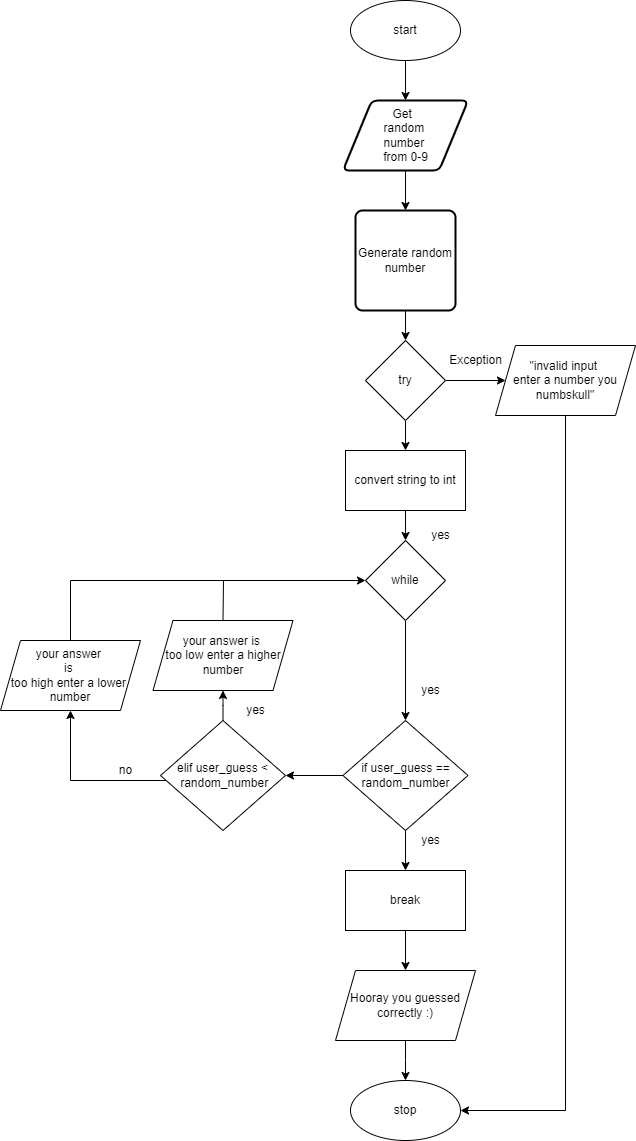
Huzaifa-Khalid-2/ICS3U-Unit4-05-Python keeps this draw.io diagram as flowchart.png. Above is the earlier version. Source tidied: cells renumbered, new cells last; positions are measured from the earlier drawing's top-left corner, leaving out a move shared by most shapes.
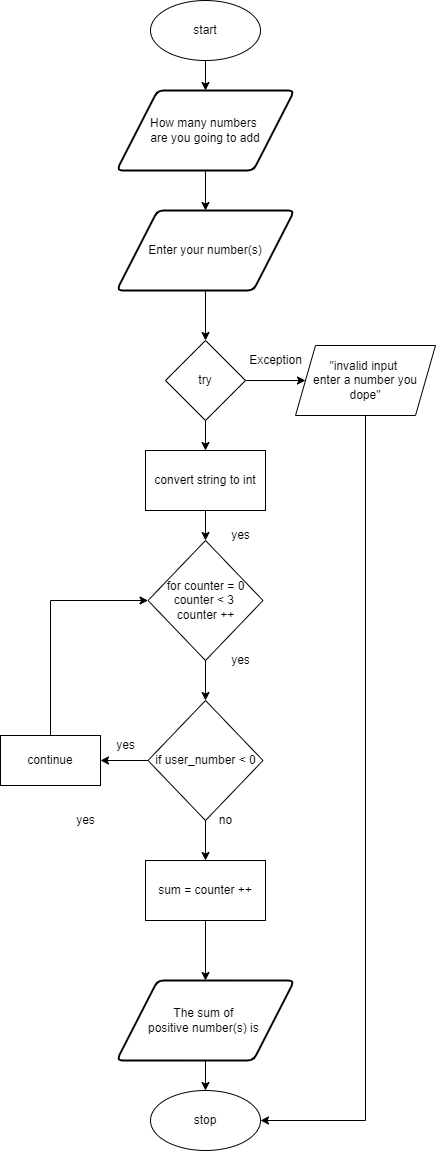
After the commit.

Commit message:
addes_flowchart

Change to the diagram source:
```diff
@@ -13,15 +13,12 @@
         <mxPoint x="405" y="210" as="targetPoint" />
       </mxGeometry>
     </mxCell>
-    <mxCell id="5" value="Get&amp;nbsp; &lt;br&gt;random &lt;br&gt;number &lt;br&gt;from 0-9" style="shape=parallelogram;html=1;strokeWidth=2;perimeter=parallelogramPerimeter;whiteSpace=wrap;rounded=1;arcSize=12;size=0.23;" parent="1" vertex="1">
-      <mxGeometry x="342.5" y="100" width="125" height="70" as="geometry" />
+    <mxCell id="5" value="How many numbers &lt;br&gt;are you going to add" style="shape=parallelogram;html=1;strokeWidth=2;perimeter=parallelogramPerimeter;whiteSpace=wrap;rounded=1;arcSize=12;size=0.23;" parent="1" vertex="1">
+      <mxGeometry x="316.2" y="90" width="177.5" height="80" as="geometry" />
     </mxCell>
-    <mxCell id="6" style="edgeStyle=none;html=1;" parent="1" edge="1" source="7" target="10">
+    <mxCell id="6" style="edgeStyle=none;html=1;exitX=0.5;exitY=1;exitDx=0;exitDy=0;" parent="1" edge="1" source="39" target="10">
       <mxGeometry relative="1" as="geometry" />
     </mxCell>
-    <mxCell id="7" value="Generate random number" style="rounded=1;whiteSpace=wrap;html=1;absoluteArcSize=1;arcSize=14;strokeWidth=2;" parent="1" vertex="1">
-      <mxGeometry x="355" y="210" width="100" height="100" as="geometry" />
-    </mxCell>
     <mxCell id="8" style="edgeStyle=none;html=1;entryX=0;entryY=0.5;entryDx=0;entryDy=0;" parent="1" edge="1" source="10" target="13">
       <mxGeometry relative="1" as="geometry" />
     </mxCell>
@@ -42,104 +39,82 @@
         </Array>
       </mxGeometry>
     </mxCell>
-    <mxCell id="13" value="&quot;invalid input &lt;br&gt;enter a number you numbskull&quot;" style="shape=parallelogram;perimeter=parallelogramPerimeter;whiteSpace=wrap;html=1;fixedSize=1;" parent="1" vertex="1">
+    <mxCell id="13" value="&quot;invalid input &lt;br&gt;enter a number you dope&quot;" style="shape=parallelogram;perimeter=parallelogramPerimeter;whiteSpace=wrap;html=1;fixedSize=1;" parent="1" vertex="1">
       <mxGeometry x="495" y="345" width="140" height="70" as="geometry" />
     </mxCell>
     <mxCell id="14" value="yes" style="text;html=1;align=center;verticalAlign=middle;strokeColor=none;fillColor=none;" parent="1" vertex="1">
       <mxGeometry x="425" y="525" width="30" height="20" as="geometry" />
     </mxCell>
-    <mxCell id="15" style="edgeStyle=none;html=1;entryX=0.5;entryY=0;entryDx=0;entryDy=0;" parent="1" edge="1" source="16" target="18">
-      <mxGeometry relative="1" as="geometry" />
+    <mxCell id="15" style="edgeStyle=none;html=1;entryX=0.5;entryY=0;entryDx=0;entryDy=0;" parent="1" edge="1" source="16">
+      <mxGeometry relative="1" as="geometry">
+        <mxPoint x="405" y="540" as="targetPoint" />
+      </mxGeometry>
     </mxCell>
     <mxCell id="16" value="convert string to int" style="rounded=0;whiteSpace=wrap;html=1;" parent="1" vertex="1">
       <mxGeometry x="345" y="450" width="120" height="60" as="geometry" />
     </mxCell>
-    <mxCell id="17" style="edgeStyle=none;html=1;" parent="1" edge="1" source="18">
-      <mxGeometry relative="1" as="geometry">
-        <mxPoint x="405" y="720" as="targetPoint" />
-      </mxGeometry>
-    </mxCell>
-    <mxCell id="18" value="while" style="rhombus;whiteSpace=wrap;html=1;" parent="1" vertex="1">
-      <mxGeometry x="365" y="540" width="80" height="80" as="geometry" />
-    </mxCell>
-    <mxCell id="19" value="yes" style="text;html=1;align=center;verticalAlign=middle;strokeColor=none;fillColor=none;" parent="1" vertex="1">
-      <mxGeometry x="415" y="680" width="30" height="20" as="geometry" />
-    </mxCell>
-    <mxCell id="20" style="edgeStyle=none;html=1;" parent="1" edge="1" source="22">
-      <mxGeometry relative="1" as="geometry">
-        <mxPoint x="405" y="870" as="targetPoint" />
-      </mxGeometry>
-    </mxCell>
-    <mxCell id="21" style="edgeStyle=none;html=1;entryX=1;entryY=0.5;entryDx=0;entryDy=0;" parent="1" edge="1" source="22" target="31">
-      <mxGeometry relative="1" as="geometry" />
-    </mxCell>
-    <mxCell id="22" value="if user_guess == random_number" style="rhombus;whiteSpace=wrap;html=1;" parent="1" vertex="1">
-      <mxGeometry x="342.5" y="720" width="125" height="110" as="geometry" />
-    </mxCell>
-    <mxCell id="23" value="yes" style="text;html=1;align=center;verticalAlign=middle;strokeColor=none;fillColor=none;" parent="1" vertex="1">
-      <mxGeometry x="415" y="830" width="30" height="20" as="geometry" />
-    </mxCell>
-    <mxCell id="24" style="edgeStyle=none;html=1;" parent="1" edge="1" source="25">
-      <mxGeometry relative="1" as="geometry">
-        <mxPoint x="405" y="970" as="targetPoint" />
-      </mxGeometry>
-    </mxCell>
-    <mxCell id="25" value="break" style="rounded=0;whiteSpace=wrap;html=1;" parent="1" vertex="1">
-      <mxGeometry x="345" y="870" width="120" height="60" as="geometry" />
-    </mxCell>
-    <mxCell id="26" style="edgeStyle=elbowEdgeStyle;rounded=0;elbow=vertical;html=1;entryX=0.5;entryY=0;entryDx=0;entryDy=0;" parent="1" edge="1" source="27" target="38">
-      <mxGeometry relative="1" as="geometry" />
-    </mxCell>
-    <mxCell id="27" value="Hooray you guessed correctly :)" style="shape=parallelogram;perimeter=parallelogramPerimeter;whiteSpace=wrap;html=1;fixedSize=1;" parent="1" vertex="1">
-      <mxGeometry x="335" y="970" width="140" height="70" as="geometry" />
-    </mxCell>
-    <mxCell id="28" style="edgeStyle=none;html=1;startArrow=none;" parent="1" edge="1" source="35">
-      <mxGeometry relative="1" as="geometry">
-        <mxPoint x="222.5" y="650" as="targetPoint" />
-      </mxGeometry>
-    </mxCell>
-    <mxCell id="29" style="edgeStyle=elbowEdgeStyle;elbow=vertical;html=1;entryX=0.5;entryY=1;entryDx=0;entryDy=0;rounded=0;" parent="1" edge="1" source="31" target="34">
-      <mxGeometry relative="1" as="geometry">
-        <Array as="points">
-          <mxPoint x="95" y="780" />
-        </Array>
-      </mxGeometry>
-    </mxCell>
-    <mxCell id="30" style="edgeStyle=elbowEdgeStyle;rounded=0;elbow=vertical;html=1;" parent="1" edge="1" source="31">
-      <mxGeometry relative="1" as="geometry">
-        <mxPoint x="222.5" y="690" as="targetPoint" />
-      </mxGeometry>
-    </mxCell>
-    <mxCell id="31" value="elif user_guess &amp;lt;&lt;br&gt;&amp;nbsp;random_number" style="rhombus;whiteSpace=wrap;html=1;" parent="1" vertex="1">
-      <mxGeometry x="160" y="720" width="125" height="110" as="geometry" />
-    </mxCell>
-    <mxCell id="32" value="yes" style="text;html=1;align=center;verticalAlign=middle;strokeColor=none;fillColor=none;" parent="1" vertex="1">
-      <mxGeometry x="240" y="700" width="30" height="20" as="geometry" />
-    </mxCell>
-    <mxCell id="33" style="edgeStyle=elbowEdgeStyle;rounded=0;elbow=vertical;html=1;entryX=0;entryY=0.5;entryDx=0;entryDy=0;" parent="1" edge="1" source="34" target="18">
-      <mxGeometry relative="1" as="geometry">
-        <Array as="points">
-          <mxPoint x="290" y="580" />
-          <mxPoint x="220" y="585" />
-        </Array>
-      </mxGeometry>
-    </mxCell>
-    <mxCell id="34" value="your answer &lt;br&gt;is &lt;br&gt;too high enter a lower &lt;br&gt;number" style="shape=parallelogram;perimeter=parallelogramPerimeter;whiteSpace=wrap;html=1;fixedSize=1;" parent="1" vertex="1">
-      <mxGeometry y="640" width="140" height="70" as="geometry" />
-    </mxCell>
-    <mxCell id="35" value="your answer is &lt;br&gt;too low enter a higher number" style="shape=parallelogram;perimeter=parallelogramPerimeter;whiteSpace=wrap;html=1;fixedSize=1;" parent="1" vertex="1">
-      <mxGeometry x="152.5" y="620" width="140" height="70" as="geometry" />
-    </mxCell>
+    <mxCell id="38" value="stop" style="ellipse;whiteSpace=wrap;html=1;" parent="1" vertex="1">
+      <mxGeometry x="350" y="1090" width="110" height="60" as="geometry" />
+    </mxCell>
+    <mxCell id="39" value="Enter your number(s)" style="shape=parallelogram;html=1;strokeWidth=2;perimeter=parallelogramPerimeter;whiteSpace=wrap;rounded=1;arcSize=12;size=0.23;" parent="1" vertex="1">
+      <mxGeometry x="316.2" y="210" width="177.5" height="80" as="geometry" />
+    </mxCell>
+    <mxCell id="40" style="edgeStyle=none;html=1;" parent="1" edge="1" source="41">
+      <mxGeometry relative="1" as="geometry">
+        <mxPoint x="405" y="700" as="targetPoint" />
+      </mxGeometry>
+    </mxCell>
+    <mxCell id="41" value="for counter = 0&lt;br&gt;counter &amp;lt; 3&amp;nbsp;&lt;br&gt;counter ++" style="rhombus;whiteSpace=wrap;html=1;" parent="1" vertex="1">
+      <mxGeometry x="347.5" y="540" width="115" height="120" as="geometry" />
+    </mxCell>
+    <mxCell id="42" style="edgeStyle=none;html=1;" parent="1" edge="1" source="44">
+      <mxGeometry relative="1" as="geometry">
+        <mxPoint x="405" y="860" as="targetPoint" />
+      </mxGeometry>
+    </mxCell>
+    <mxCell id="43" style="edgeStyle=none;html=1;" parent="1" edge="1" source="44">
+      <mxGeometry relative="1" as="geometry">
+        <mxPoint x="300" y="760" as="targetPoint" />
+      </mxGeometry>
+    </mxCell>
+    <mxCell id="44" value="if user_number &amp;lt; 0" style="rhombus;whiteSpace=wrap;html=1;" parent="1" vertex="1">
+      <mxGeometry x="347.5" y="700" width="115" height="120" as="geometry" />
+    </mxCell>
+    <mxCell id="45" style="edgeStyle=none;html=1;" parent="1" edge="1" source="46">
+      <mxGeometry relative="1" as="geometry">
+        <mxPoint x="405" y="980" as="targetPoint" />
+      </mxGeometry>
+    </mxCell>
+    <mxCell id="46" value="sum = counter ++" style="rounded=0;whiteSpace=wrap;html=1;" parent="1" vertex="1">
+      <mxGeometry x="345" y="860" width="120" height="60" as="geometry" />
+    </mxCell>
+    <mxCell id="47" style="edgeStyle=none;html=1;" parent="1" edge="1" source="48" target="38">
+      <mxGeometry relative="1" as="geometry" />
+    </mxCell>
+    <mxCell id="48" value="The sum of &lt;br&gt;positive number(s) is&amp;nbsp;" style="shape=parallelogram;html=1;strokeWidth=2;perimeter=parallelogramPerimeter;whiteSpace=wrap;rounded=1;arcSize=12;size=0.23;" parent="1" vertex="1">
+      <mxGeometry x="316.2" y="980" width="177.5" height="80" as="geometry" />
+    </mxCell>
     <mxCell id="36" value="no" style="text;html=1;align=center;verticalAlign=middle;strokeColor=none;fillColor=none;" parent="1" vertex="1">
-      <mxGeometry x="110" y="760" width="30" height="20" as="geometry" />
+      <mxGeometry x="410" y="810" width="30" height="20" as="geometry" />
     </mxCell>
-    <mxCell id="37" style="endArrow=none;html=1;rounded=0;elbow=vertical;entryX=0.5;entryY=0;entryDx=0;entryDy=0;" parent="1" edge="1" target="35">
-      <mxGeometry relative="1" as="geometry">
-        <mxPoint x="223" y="580" as="sourcePoint" />
-      </mxGeometry>
-    </mxCell>
-    <mxCell id="38" value="stop" style="ellipse;whiteSpace=wrap;html=1;" parent="1" vertex="1">
-      <mxGeometry x="350" y="1080" width="110" height="60" as="geometry" />
-    </mxCell>
+    <mxCell id="49" value="yes" style="text;html=1;align=center;verticalAlign=middle;strokeColor=none;fillColor=none;" parent="1" vertex="1">
+      <mxGeometry x="425" y="650" width="30" height="20" as="geometry" />
+    </mxCell>
+    <mxCell id="50" value="yes" style="text;html=1;align=center;verticalAlign=middle;strokeColor=none;fillColor=none;" parent="1" vertex="1">
+      <mxGeometry x="270" y="810" width="30" height="20" as="geometry" />
+    </mxCell>
+    <mxCell id="51" style="edgeStyle=elbowEdgeStyle;html=1;entryX=0;entryY=0.5;entryDx=0;entryDy=0;rounded=0;" parent="1" edge="1" source="52" target="41">
+      <mxGeometry relative="1" as="geometry">
+        <Array as="points">
+          <mxPoint x="250" y="660" />
+        </Array>
+      </mxGeometry>
+    </mxCell>
+    <mxCell id="52" value="continue" style="rounded=0;whiteSpace=wrap;html=1;" parent="1" vertex="1">
+      <mxGeometry x="200" y="735" width="100" height="50" as="geometry" />
+    </mxCell>
+    <mxCell id="53" value="yes" style="text;html=1;align=center;verticalAlign=middle;strokeColor=none;fillColor=none;" parent="1" vertex="1">
+      <mxGeometry x="310" y="735" width="30" height="20" as="geometry" />
+    </mxCell>
   </root>
 </mxGraphModel>
```
